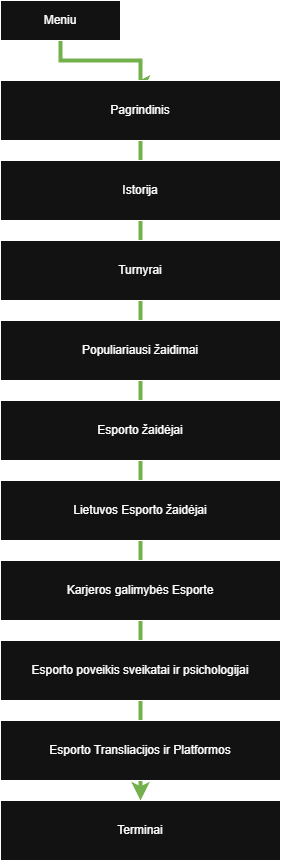
This is Turinys/Meniu struktura.drawio.png from TavoTevasC/ESports, a draw.io export, as it was before one commit. Source tidied: cells renumbered, new cells last; positions are measured from the earlier drawing's top-left corner, leaving out a move shared by most shapes. The source it was exported from:
```xml
<mxGraphModel background="light-dark(#FFFFFF,#FFFFFF)">
  <root>
    <mxCell id="0" />
    <mxCell id="1" parent="0" />
    <mxCell id="2" style="edgeStyle=orthogonalEdgeStyle;rounded=0;jettySize=auto;html=1;entryX=0.468;entryY=0.067;entryDx=0;entryDy=0;entryPerimeter=0;fillColor=#60a917;strokeColor=#2D7600;strokeWidth=4;" parent="1" edge="1" source="3" target="5">
      <mxGeometry relative="1" as="geometry">
        <Array as="points">
          <mxPoint x="60" y="60" />
          <mxPoint x="140" y="60" />
          <mxPoint x="140" y="84" />
        </Array>
      </mxGeometry>
    </mxCell>
    <mxCell id="3" value="Meniu" style="rounded=0;whiteSpace=wrap;html=1;" parent="1" vertex="1">
      <mxGeometry width="120" height="40" as="geometry" />
    </mxCell>
    <mxCell id="4" style="edgeStyle=orthogonalEdgeStyle;rounded=0;jettySize=auto;html=1;entryX=0.5;entryY=0;entryDx=0;entryDy=0;fillColor=#60a917;strokeColor=#2D7600;strokeWidth=4;" parent="1" edge="1" source="5" target="14">
      <mxGeometry relative="1" as="geometry" />
    </mxCell>
    <mxCell id="5" value="Pagrindinis" style="rounded=0;whiteSpace=wrap;html=1;" parent="1" vertex="1">
      <mxGeometry y="80" width="280" height="60" as="geometry" />
    </mxCell>
    <mxCell id="6" value="Istorija" style="rounded=0;whiteSpace=wrap;html=1;" parent="1" vertex="1">
      <mxGeometry y="160" width="280" height="60" as="geometry" />
    </mxCell>
    <mxCell id="7" value="Turnyrai" style="rounded=0;whiteSpace=wrap;html=1;" parent="1" vertex="1">
      <mxGeometry y="240" width="280" height="60" as="geometry" />
    </mxCell>
    <mxCell id="8" value="Populiariausi žaidimai" style="rounded=0;whiteSpace=wrap;html=1;" parent="1" vertex="1">
      <mxGeometry y="320" width="280" height="60" as="geometry" />
    </mxCell>
    <mxCell id="9" value="Esporto žaidėjai" style="rounded=0;whiteSpace=wrap;html=1;" parent="1" vertex="1">
      <mxGeometry y="400" width="280" height="60" as="geometry" />
    </mxCell>
    <mxCell id="10" value="Lietuvos Esporto žaidėjai" style="rounded=0;whiteSpace=wrap;html=1;" parent="1" vertex="1">
      <mxGeometry y="480" width="280" height="60" as="geometry" />
    </mxCell>
    <mxCell id="11" value="Karjeros galimybės Esporte" style="rounded=0;whiteSpace=wrap;html=1;" parent="1" vertex="1">
      <mxGeometry y="560" width="280" height="60" as="geometry" />
    </mxCell>
    <mxCell id="12" value="Esporto poveikis sveikatai ir psichologijai" style="rounded=0;whiteSpace=wrap;html=1;" parent="1" vertex="1">
      <mxGeometry y="640" width="280" height="60" as="geometry" />
    </mxCell>
    <mxCell id="13" value="Esporto Transliacijos ir Platformos" style="rounded=0;whiteSpace=wrap;html=1;" parent="1" vertex="1">
      <mxGeometry y="720" width="280" height="60" as="geometry" />
    </mxCell>
    <mxCell id="14" value="Terminai" style="rounded=0;whiteSpace=wrap;html=1;" parent="1" vertex="1">
      <mxGeometry y="800" width="280" height="60" as="geometry" />
    </mxCell>
  </root>
</mxGraphModel>
```
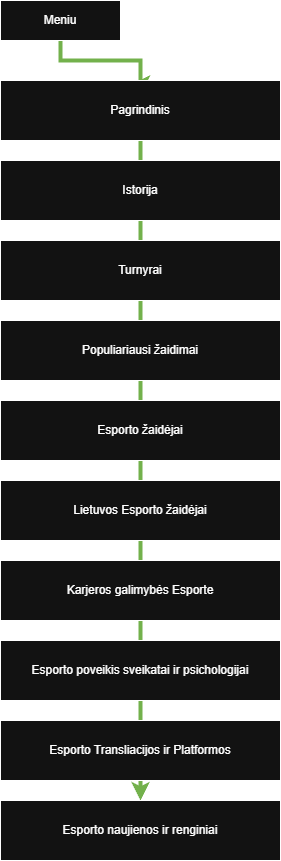
After the commit.

Diff of the diagram source:
```diff
@@ -44,7 +44,7 @@
     <mxCell id="13" value="Esporto Transliacijos ir Platformos" style="rounded=0;whiteSpace=wrap;html=1;" parent="1" vertex="1">
       <mxGeometry y="720" width="280" height="60" as="geometry" />
     </mxCell>
-    <mxCell id="14" value="Terminai" style="rounded=0;whiteSpace=wrap;html=1;" parent="1" vertex="1">
+    <mxCell id="14" value="Esporto naujienos ir renginiai" style="rounded=0;whiteSpace=wrap;html=1;" parent="1" vertex="1">
       <mxGeometry y="800" width="280" height="60" as="geometry" />
     </mxCell>
   </root>
```
